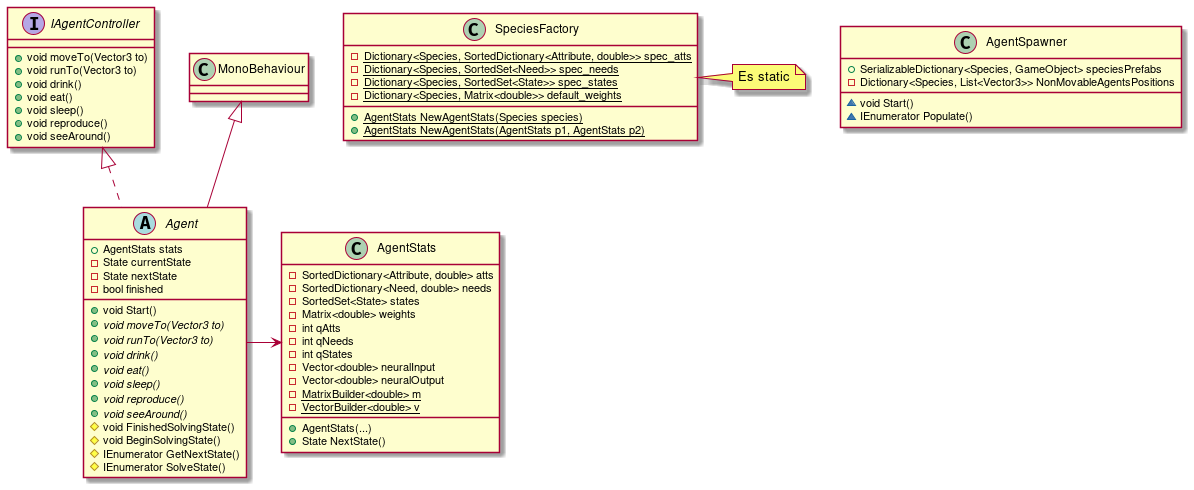
This is Assets/UMLs/SemiGeneral.png from markovia-team/markovia, a PlantUML export, as it was before one commit.
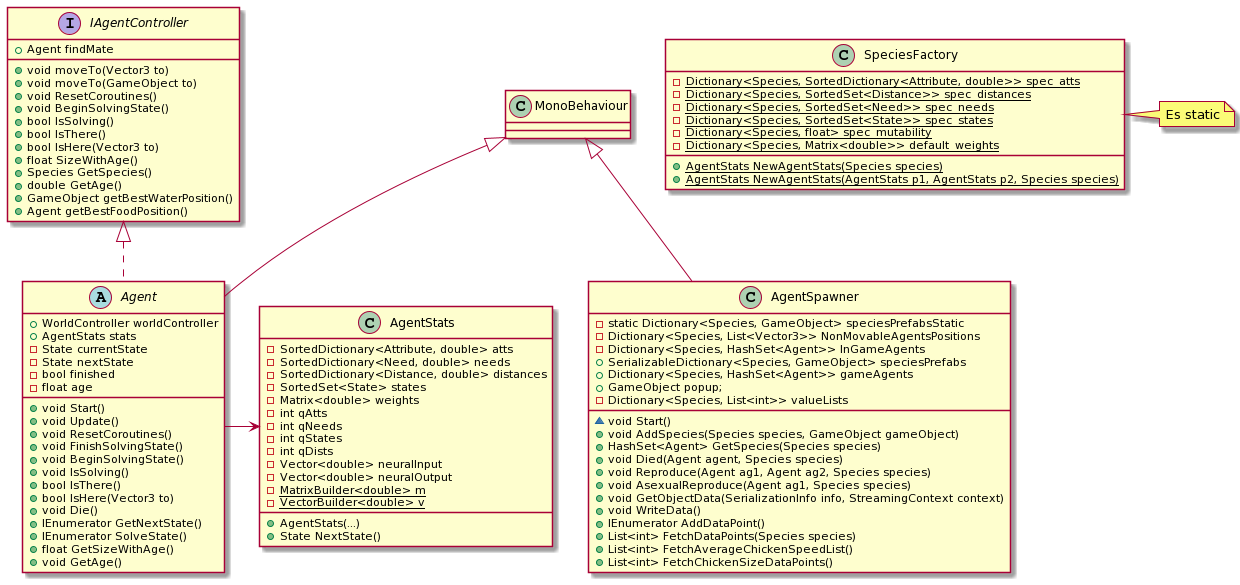
The same diagram one commit later.

Change to the diagram source:
```diff
@@ -2,44 +2,56 @@
 IAgentController <|.. Agent
 Agent -> AgentStats
 MonoBehaviour <|-- Agent
+MonoBehaviour <|-- AgentSpawner
 
 interface IAgentController {
 +void moveTo(Vector3 to)
-+void runTo(Vector3 to)
-+void drink()
-+void eat()
-+void sleep()
-+void reproduce()
-+void seeAround()
++void moveTo(GameObject to)
++void ResetCoroutines()
++void BeginSolvingState()
++bool IsSolving()
++bool IsThere()
++bool IsHere(Vector3 to)
++float SizeWithAge()
++Species GetSpecies()
++double GetAge()
++GameObject getBestWaterPosition()
++Agent getBestFoodPosition()
++Agent findMate
 }
 
 abstract class Agent {
++WorldController worldController
 +AgentStats stats
 -State currentState
 -State nextState
 -bool finished
+-float age
 +void Start()
-+{abstract} void moveTo(Vector3 to)
-+{abstract} void runTo(Vector3 to)
-+{abstract} void drink()
-+{abstract} void eat()
-+{abstract} void sleep()
-+{abstract} void reproduce()
-+{abstract} void seeAround()
-#void FinishedSolvingState()
-#void BeginSolvingState()
-#IEnumerator GetNextState()
-#IEnumerator SolveState()
++void Update()
++void ResetCoroutines()
++void FinishSolvingState()
++void BeginSolvingState()
++void IsSolving()
++bool IsThere()
++bool IsHere(Vector3 to)
++void Die()
++IEnumerator GetNextState()
++IEnumerator SolveState()
++float GetSizeWithAge()
++void GetAge()
 }
 
 class AgentStats {
 -SortedDictionary<Attribute, double> atts
 -SortedDictionary<Need, double> needs
+-SortedDictionary<Distance, double> distances
 -SortedSet<State> states
 -Matrix<double> weights
 -int qAtts
 -int qNeeds
 -int qStates
+-int qDists
 -Vector<double> neuralInput
 -Vector<double> neuralOutput
 -{static}MatrixBuilder<double> m
@@ -49,23 +61,41 @@
 }
 
 class AgentSpawner {
+-static Dictionary<Species, GameObject> speciesPrefabsStatic
+-Dictionary<Species, List<Vector3>> NonMovableAgentsPositions
+-Dictionary<Species, HashSet<Agent>> InGameAgents
 +SerializableDictionary<Species, GameObject> speciesPrefabs
--Dictionary<Species, List<Vector3>> NonMovableAgentsPositions
++Dictionary<Species, HashSet<Agent>> gameAgents
++GameObject popup;
+-Dictionary<Species, List<int>> valueLists
+
 ~void Start()
-~IEnumerator Populate()
++void AddSpecies(Species species, GameObject gameObject)
++HashSet<Agent> GetSpecies(Species species)
++void Died(Agent agent, Species species)
++void Reproduce(Agent ag1, Agent ag2, Species species)
++void AsexualReproduce(Agent ag1, Species species)
++void GetObjectData(SerializationInfo info, StreamingContext context)
++void WriteData()
++IEnumerator AddDataPoint()
++List<int> FetchDataPoints(Species species)
++List<int> FetchAverageChickenSpeedList()
++List<int> FetchChickenSizeDataPoints()
 }
 
 class SpeciesFactory {
 -{static} Dictionary<Species, SortedDictionary<Attribute, double>> spec_atts
+-{static} Dictionary<Species, SortedSet<Distance>> spec_distances
 -{static} Dictionary<Species, SortedSet<Need>> spec_needs
 -{static} Dictionary<Species, SortedSet<State>> spec_states
+-{static} Dictionary<Species, float> spec_mutability
 -{static} Dictionary<Species, Matrix<double>> default_weights
 +{static} AgentStats NewAgentStats(Species species)
-+{static} AgentStats NewAgentStats(AgentStats p1, AgentStats p2)
++{static} AgentStats NewAgentStats(AgentStats p1, AgentStats p2, Species species)
 }
+
 
 note right of SpeciesFactory
 Es static
 end note
-
 @enduml
```
